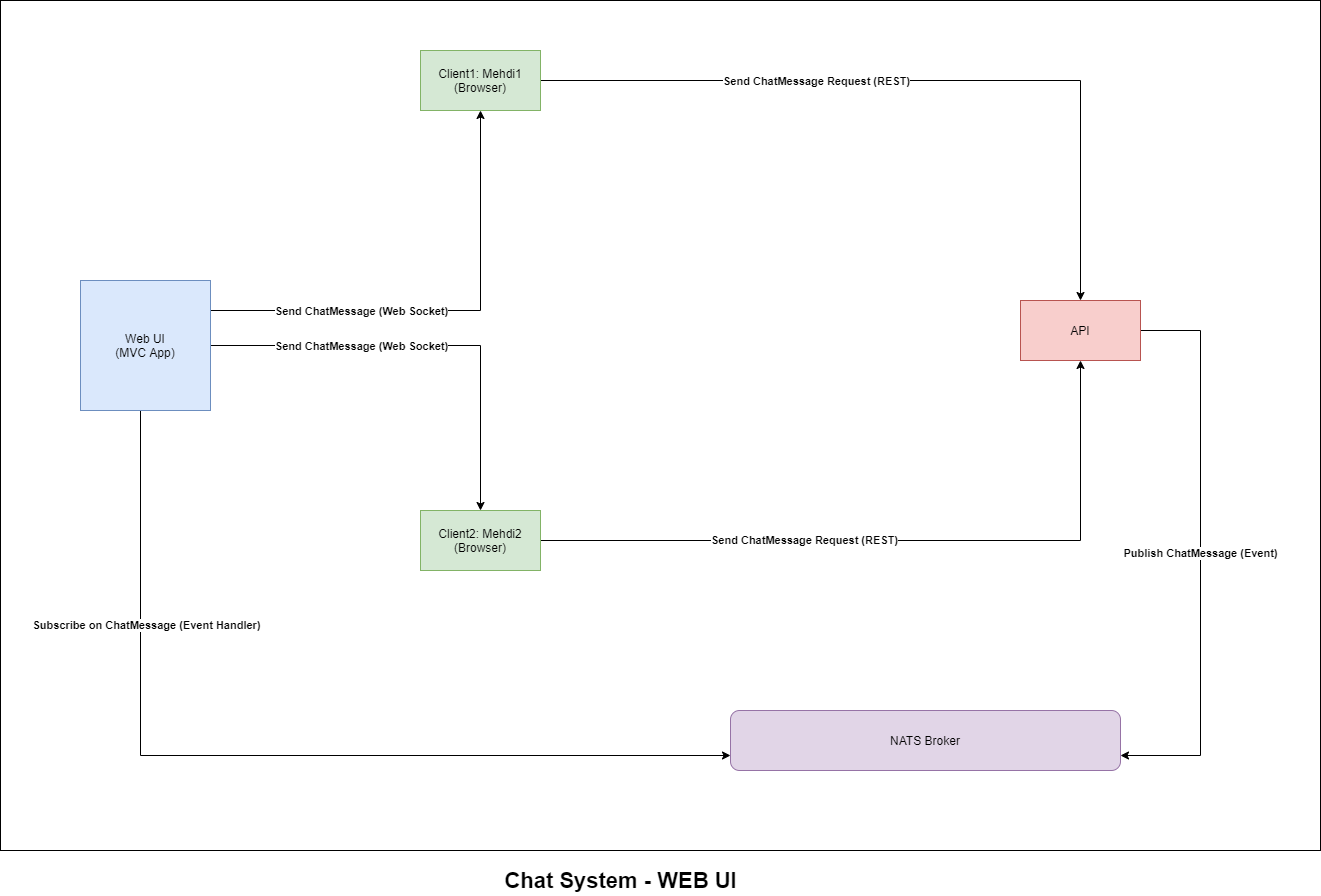
The draw.io diagram assets/web.png in mehdihadeli/distributed-chat-system, before a commit. Source tidied: cells renumbered, new cells last; positions are measured from the earlier drawing's top-left corner, leaving out a move shared by most shapes.
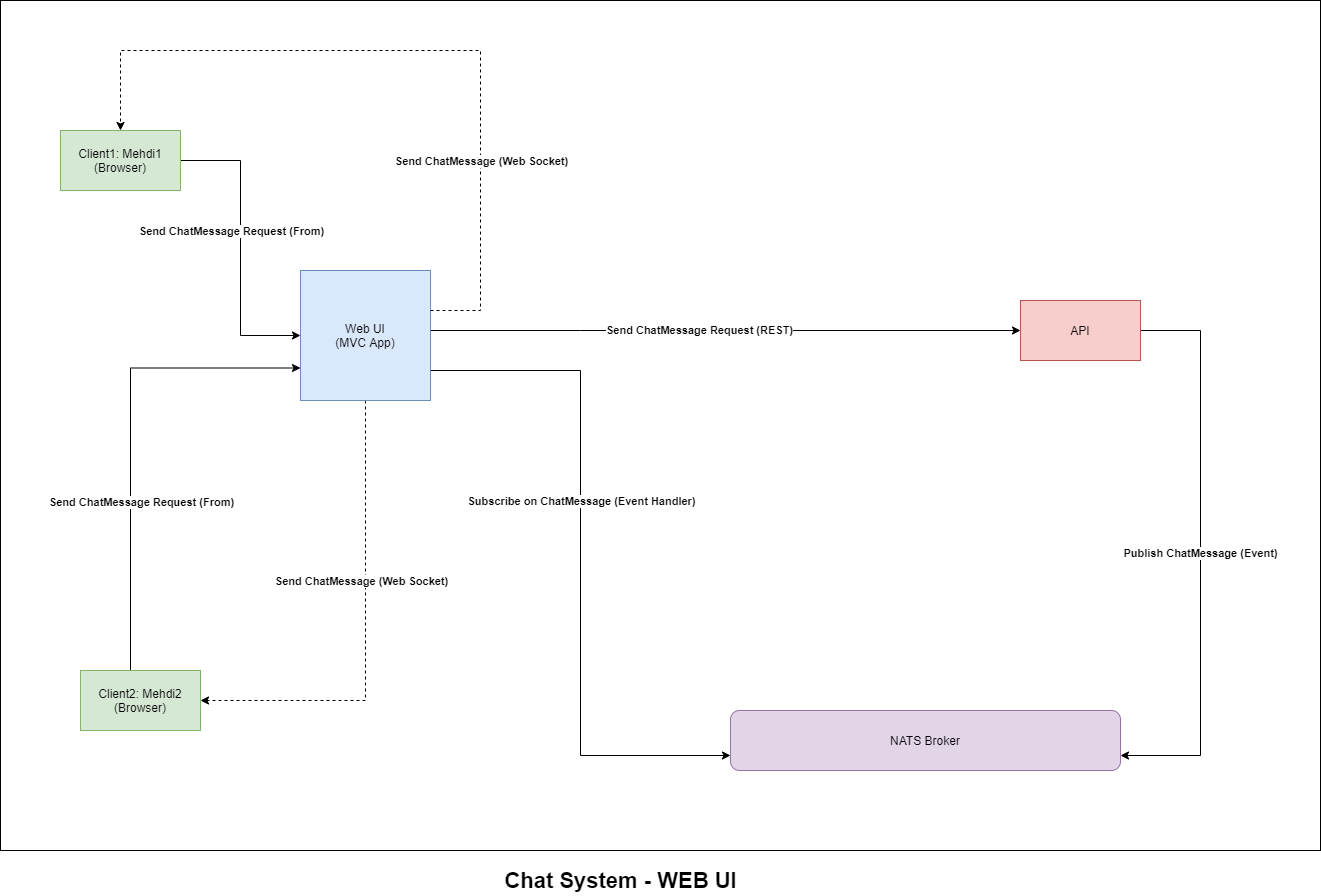
The same diagram one commit later.

What changed in the source:
```diff
@@ -5,59 +5,62 @@
     <mxCell id="2" style="rounded=0;whiteSpace=wrap;html=1;" parent="1" vertex="1">
       <mxGeometry width="1320" height="850" as="geometry" />
     </mxCell>
-    <mxCell id="3" style="edgeStyle=orthogonalEdgeStyle;rounded=0;jettySize=auto;html=1;" parent="1" edge="1" source="5" target="16">
-      <mxGeometry relative="1" as="geometry" />
-    </mxCell>
-    <mxCell id="4" value="Send ChatMessage Request (REST)" style="edgeLabel;html=1;align=center;verticalAlign=middle;fontStyle=1;" parent="3" vertex="1">
-      <mxGeometry x="-0.28" y="-3" relative="1" as="geometry">
-        <mxPoint x="2.1" y="-3" as="offset" />
-      </mxGeometry>
-    </mxCell>
+    <mxCell id="19" style="edgeStyle=orthogonalEdgeStyle;rounded=0;jettySize=auto;html=1;entryX=0;entryY=0.5;entryDx=0;entryDy=0;" parent="1" edge="1" source="5" target="14">
+      <mxGeometry relative="1" as="geometry" />
+    </mxCell>
     <mxCell id="5" value="Client1: Mehdi1&lt;br&gt;(Browser)" style="rounded=0;whiteSpace=wrap;html=1;fillColor=#d5e8d4;strokeColor=#82b366;" parent="1" vertex="1">
-      <mxGeometry x="420" y="50" width="120" height="60" as="geometry" />
+      <mxGeometry x="60" y="130" width="120" height="60" as="geometry" />
     </mxCell>
-    <mxCell id="6" value="Send ChatMessage Request (REST)" style="edgeStyle=orthogonalEdgeStyle;rounded=0;jettySize=auto;html=1;entryX=0.5;entryY=1;entryDx=0;entryDy=0;fontStyle=1;" parent="1" edge="1" source="7" target="16">
-      <mxGeometry x="-0.26" relative="1" as="geometry">
-        <mxPoint x="-1" as="offset" />
-      </mxGeometry>
-    </mxCell>
+    <mxCell id="20" style="edgeStyle=orthogonalEdgeStyle;rounded=0;jettySize=auto;html=1;entryX=0;entryY=0.75;entryDx=0;entryDy=0;" parent="1" edge="1" source="7" target="14">
+      <mxGeometry relative="1" as="geometry">
+        <Array as="points">
+          <mxPoint x="130" y="368" />
+        </Array>
+      </mxGeometry>
+    </mxCell>
+    <mxCell id="21" value="&lt;span style=&quot;font-weight: 700&quot;&gt;Send ChatMessage Request (From)&lt;/span&gt;" style="edgeLabel;html=1;align=center;verticalAlign=middle;" parent="20" vertex="1">
+      <mxGeometry x="-0.24" y="1" relative="1" as="geometry">
+        <mxPoint x="101" y="-261" as="offset" />
+      </mxGeometry>
+    </mxCell>
     <mxCell id="7" value="Client2: Mehdi2&lt;br&gt;(Browser)" style="rounded=0;whiteSpace=wrap;html=1;fillColor=#d5e8d4;strokeColor=#82b366;" parent="1" vertex="1">
-      <mxGeometry x="420" y="510" width="120" height="60" as="geometry" />
+      <mxGeometry x="80" y="670" width="120" height="60" as="geometry" />
     </mxCell>
     <mxCell id="8" style="edgeStyle=orthogonalEdgeStyle;rounded=0;jettySize=auto;html=1;entryX=0;entryY=0.75;entryDx=0;entryDy=0;" parent="1" edge="1" source="14" target="17">
       <mxGeometry relative="1" as="geometry">
         <Array as="points">
-          <mxPoint x="140" y="755" />
+          <mxPoint x="580" y="370" />
+          <mxPoint x="580" y="755" />
         </Array>
       </mxGeometry>
     </mxCell>
     <mxCell id="9" value="Subscribe on ChatMessage (Event Handler)" style="edgeLabel;html=1;align=center;verticalAlign=middle;fontStyle=1;" parent="8" vertex="1">
       <mxGeometry x="-0.54" y="1" relative="1" as="geometry">
-        <mxPoint x="4" as="offset" />
+        <mxPoint x="-1" y="123" as="offset" />
       </mxGeometry>
     </mxCell>
-    <mxCell id="10" style="edgeStyle=orthogonalEdgeStyle;rounded=0;jettySize=auto;html=1;entryX=0.5;entryY=1;entryDx=0;entryDy=0;" parent="1" edge="1" source="14" target="5">
-      <mxGeometry relative="1" as="geometry">
-        <Array as="points">
-          <mxPoint x="480" y="310" />
-        </Array>
-      </mxGeometry>
-    </mxCell>
-    <mxCell id="11" value="Send ChatMessage (Web Socket)" style="edgeLabel;html=1;align=center;verticalAlign=middle;fontStyle=1;" parent="10" vertex="1">
-      <mxGeometry x="-0.28" y="-3" relative="1" as="geometry">
-        <mxPoint x="-18" y="-3" as="offset" />
-      </mxGeometry>
-    </mxCell>
-    <mxCell id="12" style="edgeStyle=orthogonalEdgeStyle;rounded=0;jettySize=auto;html=1;entryX=0.5;entryY=0;entryDx=0;entryDy=0;" parent="1" edge="1" source="14" target="7">
-      <mxGeometry relative="1" as="geometry" />
+    <mxCell id="12" style="edgeStyle=orthogonalEdgeStyle;rounded=0;jettySize=auto;html=1;entryX=1;entryY=0.5;entryDx=0;entryDy=0;dashed=1;" parent="1" edge="1" source="14" target="7">
+      <mxGeometry relative="1" as="geometry">
+        <Array as="points">
+          <mxPoint x="365" y="700" />
+        </Array>
+      </mxGeometry>
     </mxCell>
     <mxCell id="13" value="Send ChatMessage (Web Socket)" style="edgeLabel;html=1;align=center;verticalAlign=middle;fontStyle=1;" parent="12" vertex="1">
       <mxGeometry x="-0.66" y="-7" relative="1" as="geometry">
-        <mxPoint x="77" y="-7" as="offset" />
+        <mxPoint x="2" y="101" as="offset" />
       </mxGeometry>
     </mxCell>
+    <mxCell id="22" style="edgeStyle=orthogonalEdgeStyle;rounded=0;jettySize=auto;html=1;entryX=0;entryY=0.5;entryDx=0;entryDy=0;" parent="1" edge="1" source="14" target="16">
+      <mxGeometry relative="1" as="geometry">
+        <Array as="points">
+          <mxPoint x="580" y="330" />
+          <mxPoint x="580" y="330" />
+        </Array>
+      </mxGeometry>
+    </mxCell>
     <mxCell id="14" value="Web UI&lt;br&gt;(MVC App)" style="whiteSpace=wrap;html=1;fillColor=#dae8fc;strokeColor=#6c8ebf;" parent="1" vertex="1">
-      <mxGeometry x="80" y="280" width="130" height="130" as="geometry" />
+      <mxGeometry x="300" y="270" width="130" height="130" as="geometry" />
     </mxCell>
     <mxCell id="15" value="Publish ChatMessage (Event)" style="edgeStyle=orthogonalEdgeStyle;rounded=0;jettySize=auto;html=1;entryX=1;entryY=0.75;entryDx=0;entryDy=0;fontStyle=1;" parent="1" edge="1" source="16" target="17">
       <mxGeometry relative="1" as="geometry">
@@ -76,5 +79,27 @@
     <mxCell id="18" value="Chat System - WEB UI" style="text;html=1;align=center;verticalAlign=middle;fontSize=22;fontStyle=1;" parent="1" vertex="1">
       <mxGeometry x="495" y="865" width="250" height="30" as="geometry" />
     </mxCell>
+    <mxCell id="4" value="Send ChatMessage Request (REST)" style="edgeLabel;html=1;align=center;verticalAlign=middle;fontStyle=1;" parent="1" vertex="1">
+      <mxGeometry x="690" y="335" as="geometry">
+        <mxPoint x="8" y="-6" as="offset" />
+      </mxGeometry>
+    </mxCell>
+    <mxCell id="23" value="&lt;span style=&quot;font-weight: 700&quot;&gt;Send ChatMessage Request (From)&lt;/span&gt;" style="edgeLabel;html=1;align=center;verticalAlign=middle;" parent="1" vertex="1">
+      <mxGeometry x="140" y="501" as="geometry" />
+    </mxCell>
+    <mxCell id="10" style="edgeStyle=orthogonalEdgeStyle;rounded=0;jettySize=auto;html=1;entryX=0.5;entryY=0;entryDx=0;entryDy=0;dashed=1;" parent="1" edge="1" source="14" target="5">
+      <mxGeometry relative="1" as="geometry">
+        <Array as="points">
+          <mxPoint x="480" y="310" />
+          <mxPoint x="480" y="50" />
+          <mxPoint x="120" y="50" />
+        </Array>
+      </mxGeometry>
+    </mxCell>
+    <mxCell id="11" value="Send ChatMessage (Web Socket)" style="edgeLabel;html=1;align=center;verticalAlign=middle;fontStyle=1;" parent="10" vertex="1">
+      <mxGeometry x="-0.28" y="-3" relative="1" as="geometry">
+        <mxPoint x="-3" y="68" as="offset" />
+      </mxGeometry>
+    </mxCell>
   </root>
 </mxGraphModel>
```
